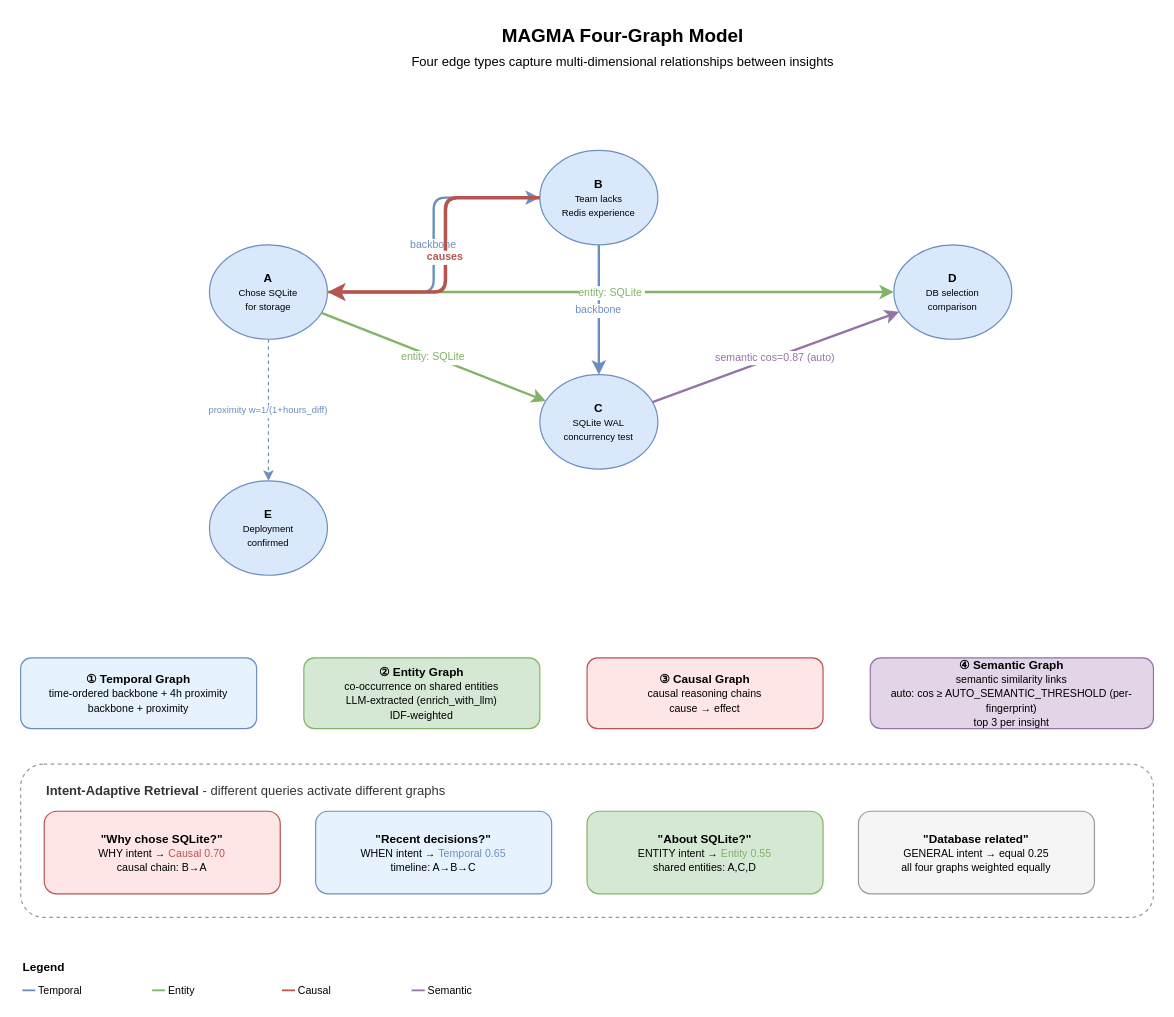
Earlier version of the draw.io diagram docs/diagrams/04-magma-four-graph.drawio (bissli/memman). Source tidied: cells renumbered, new cells numbered last; positions are measured from the earlier drawing's top-left corner, leaving out a move shared by most shapes. Both pictures are drawn from the tidied source at 118%, with x=0, y=0 at pixel (20, 20).
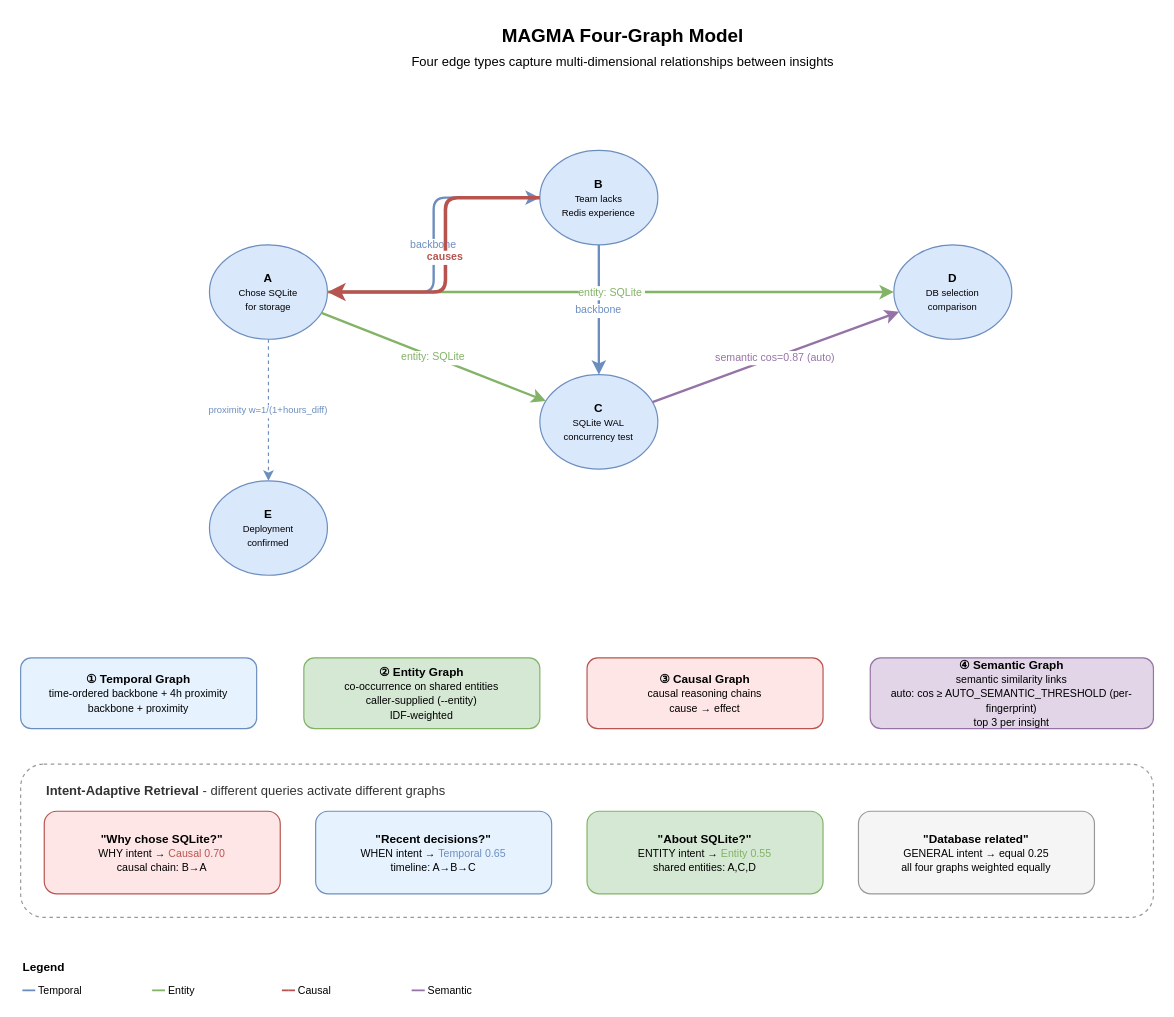
After the change.

The edit, as a diff of the source:
```diff
@@
-    <mxCell id="12" value="&lt;b&gt;② Entity Graph&lt;/b&gt;&lt;br&gt;&lt;font style=&quot;font-size:9px&quot;&gt;co-occurrence on shared entities&lt;br&gt;LLM-extracted (enrich_with_llm)&lt;br&gt;IDF-weighted&lt;/font&gt;" style="rounded=1;whiteSpace=wrap;html=1;fillColor=#d5e8d4;strokeColor=#82b366;fontSize=10;" parent="1" vertex="1">
+    <mxCell id="12" value="&lt;b&gt;② Entity Graph&lt;/b&gt;&lt;br&gt;&lt;font style=&quot;font-size:9px&quot;&gt;co-occurrence on shared entities&lt;br&gt;caller-supplied (--entity)&lt;br&gt;IDF-weighted&lt;/font&gt;" style="rounded=1;whiteSpace=wrap;html=1;fillColor=#d5e8d4;strokeColor=#82b366;fontSize=10;" parent="1" vertex="1">
       <mxGeometry x="240" y="540" width="200" height="60" as="geometry" />
     </mxCell>
```
